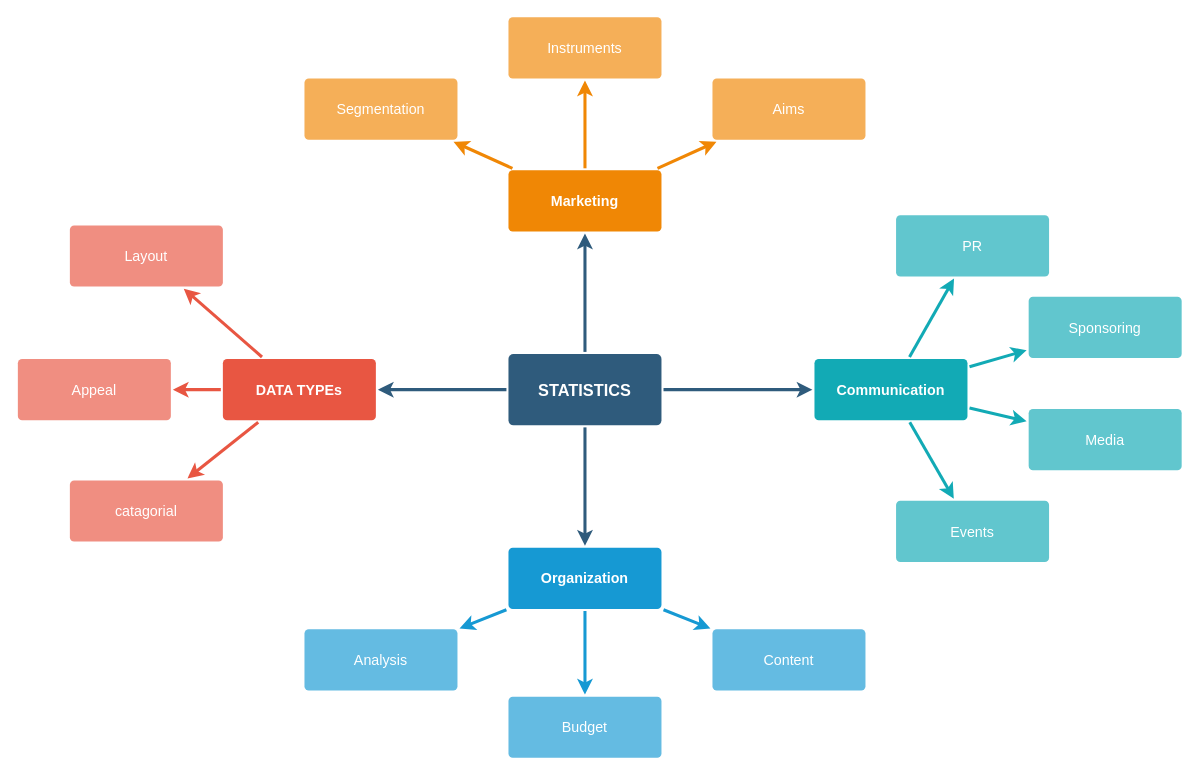
Before: Untitled Diagram.drawio in vancat1968/complex, a draw.io diagram. Source tidied: cells renumbered, new cells numbered last; positions are measured from the earlier drawing's top-left corner, leaving out a move shared by most shapes. Both pictures are drawn from the tidied source at 102%, with x=0, y=0 at pixel (17, 16).
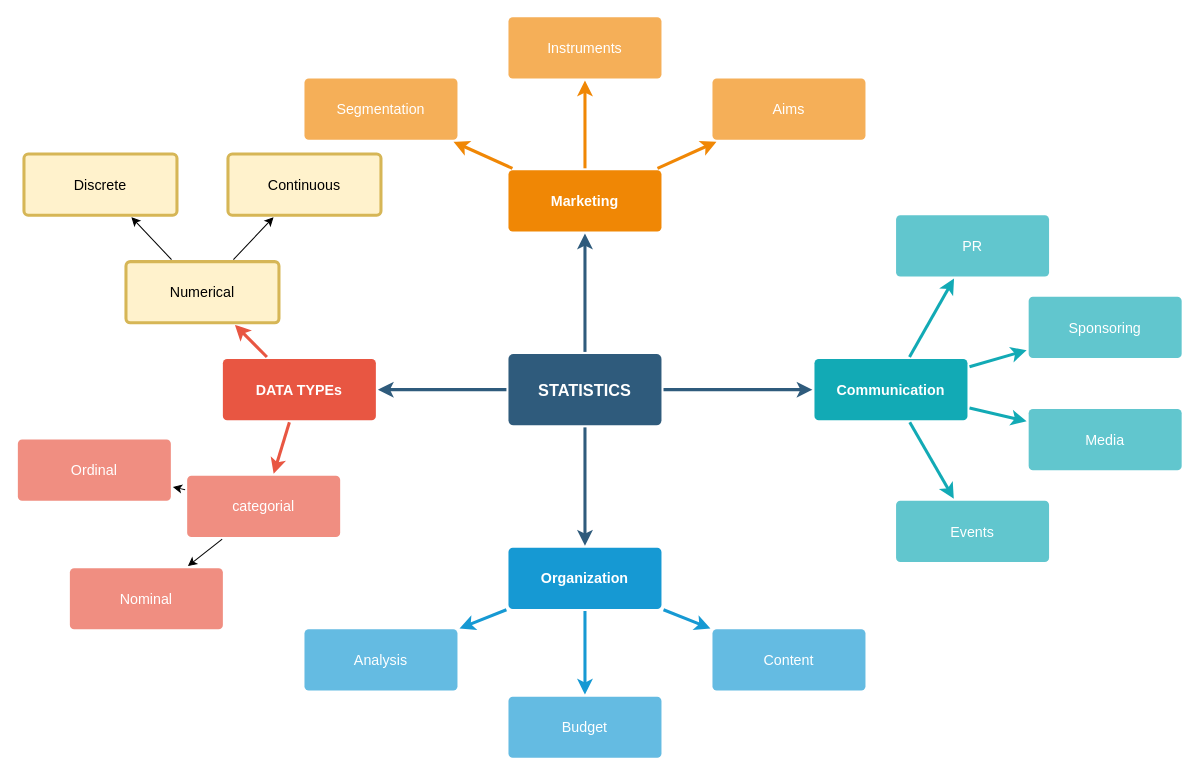
The same diagram, later.

The change refers to these unchanged cells:
```xml
<mxCell id="10" value="DATA TYPEs" style="rounded=1;whiteSpace=wrap;html=1;shadow=0;labelBackgroundColor=none;strokeColor=none;strokeWidth=3;fillColor=#e85642;fontFamily=Helvetica;fontSize=14;fontColor=#FFFFFF;align=center;spacing=5;fontStyle=1;arcSize=7;perimeterSpacing=2;" parent="1" vertex="1">
  <mxGeometry x="201" y="335.5" width="150" height="60" as="geometry" />
</mxCell>
```

Diff of the diagram source:
```diff
@@
-    <mxCell id="8" style="edgeStyle=none;rounded=1;jumpStyle=none;html=1;shadow=0;labelBackgroundColor=none;startArrow=none;startFill=0;jettySize=auto;strokeColor=#E85642;strokeWidth=3;fontFamily=Helvetica;fontSize=14;fontColor=#FFFFFF;spacing=5;fontStyle=1;fillColor=#b0e3e6;" parent="1" edge="1" source="10" target="12">
-      <mxGeometry relative="1" as="geometry" />
-    </mxCell>
@@
-    <mxCell id="11" value="catagorial" style="rounded=1;whiteSpace=wrap;html=1;shadow=0;labelBackgroundColor=none;strokeColor=none;strokeWidth=3;fillColor=#f08e81;fontFamily=Helvetica;fontSize=14;fontColor=#FFFFFF;align=center;spacing=5;fontStyle=0;arcSize=7;perimeterSpacing=2;" parent="1" vertex="1">
-      <mxGeometry x="51" y="454.5" width="150" height="60" as="geometry" />
+    <mxCell id="11" value="categorial" style="rounded=1;whiteSpace=wrap;html=1;shadow=0;labelBackgroundColor=none;strokeColor=none;strokeWidth=3;fillColor=#f08e81;fontFamily=Helvetica;fontSize=14;fontColor=#FFFFFF;align=center;spacing=5;fontStyle=0;arcSize=7;perimeterSpacing=2;" parent="1" vertex="1">
+      <mxGeometry x="166" y="450" width="150" height="60" as="geometry" />
     </mxCell>
-    <mxCell id="12" value="Appeal" style="rounded=1;whiteSpace=wrap;html=1;shadow=0;labelBackgroundColor=none;strokeColor=none;strokeWidth=3;fillColor=#f08e81;fontFamily=Helvetica;fontSize=14;fontColor=#FFFFFF;align=center;spacing=5;fontStyle=0;arcSize=7;perimeterSpacing=2;" parent="1" vertex="1">
-      <mxGeometry y="335.5" width="150" height="60" as="geometry" />
-    </mxCell>
-    <mxCell id="13" value="Layout" style="rounded=1;whiteSpace=wrap;html=1;shadow=0;labelBackgroundColor=none;strokeColor=none;strokeWidth=3;fillColor=#f08e81;fontFamily=Helvetica;fontSize=14;fontColor=#FFFFFF;align=center;spacing=5;fontStyle=0;arcSize=7;perimeterSpacing=2;" parent="1" vertex="1">
-      <mxGeometry x="51" y="204.5" width="150" height="60" as="geometry" />
+    <mxCell id="13" value="Numerical" style="rounded=1;whiteSpace=wrap;html=1;shadow=0;labelBackgroundColor=none;strokeColor=#d6b656;strokeWidth=3;fillColor=#fff2cc;fontFamily=Helvetica;fontSize=14;align=center;spacing=5;fontStyle=0;arcSize=7;perimeterSpacing=2;" parent="1" vertex="1">
+      <mxGeometry x="106" y="240" width="150" height="60" as="geometry" />
     </mxCell>
@@
+    <mxCell id="37" value="Nominal" style="rounded=1;whiteSpace=wrap;html=1;shadow=0;labelBackgroundColor=none;strokeColor=none;strokeWidth=3;fillColor=#f08e81;fontFamily=Helvetica;fontSize=14;fontColor=#FFFFFF;align=center;spacing=5;fontStyle=0;arcSize=7;perimeterSpacing=2;" parent="1" vertex="1">
+      <mxGeometry x="51" y="540.5" width="150" height="60" as="geometry" />
+    </mxCell>
+    <mxCell id="38" style="endArrow=classic;html=1;" parent="1" edge="1" source="11" target="37">
+      <mxGeometry relative="1" as="geometry" />
+    </mxCell>
+    <mxCell id="39" value="Ordinal" style="rounded=1;whiteSpace=wrap;html=1;shadow=0;labelBackgroundColor=none;strokeColor=none;strokeWidth=3;fillColor=#f08e81;fontFamily=Helvetica;fontSize=14;fontColor=#FFFFFF;align=center;spacing=5;fontStyle=0;arcSize=7;perimeterSpacing=2;" parent="1" vertex="1">
+      <mxGeometry y="414.5" width="150" height="60" as="geometry" />
+    </mxCell>
+    <mxCell id="40" style="endArrow=classic;html=1;" parent="1" edge="1" source="11" target="39">
+      <mxGeometry relative="1" as="geometry" />
+    </mxCell>
+    <mxCell id="41" value="Discrete" style="rounded=1;whiteSpace=wrap;html=1;shadow=0;labelBackgroundColor=none;strokeColor=#d6b656;strokeWidth=3;fillColor=#fff2cc;fontFamily=Helvetica;fontSize=14;align=center;spacing=5;fontStyle=0;arcSize=7;perimeterSpacing=2;" parent="1" vertex="1">
+      <mxGeometry x="6" y="134.5" width="150" height="60" as="geometry" />
+    </mxCell>
+    <mxCell id="42" value="Continuous" style="rounded=1;whiteSpace=wrap;html=1;shadow=0;labelBackgroundColor=none;strokeColor=#d6b656;strokeWidth=3;fillColor=#fff2cc;fontFamily=Helvetica;fontSize=14;align=center;spacing=5;fontStyle=0;arcSize=7;perimeterSpacing=2;" parent="1" vertex="1">
+      <mxGeometry x="206" y="134.5" width="150" height="60" as="geometry" />
+    </mxCell>
+    <mxCell id="43" style="endArrow=classic;html=1;" parent="1" edge="1" source="13" target="41">
+      <mxGeometry relative="1" as="geometry" />
+    </mxCell>
+    <mxCell id="44" style="endArrow=classic;html=1;" parent="1" edge="1" source="13" target="42">
+      <mxGeometry relative="1" as="geometry" />
+    </mxCell>
```
